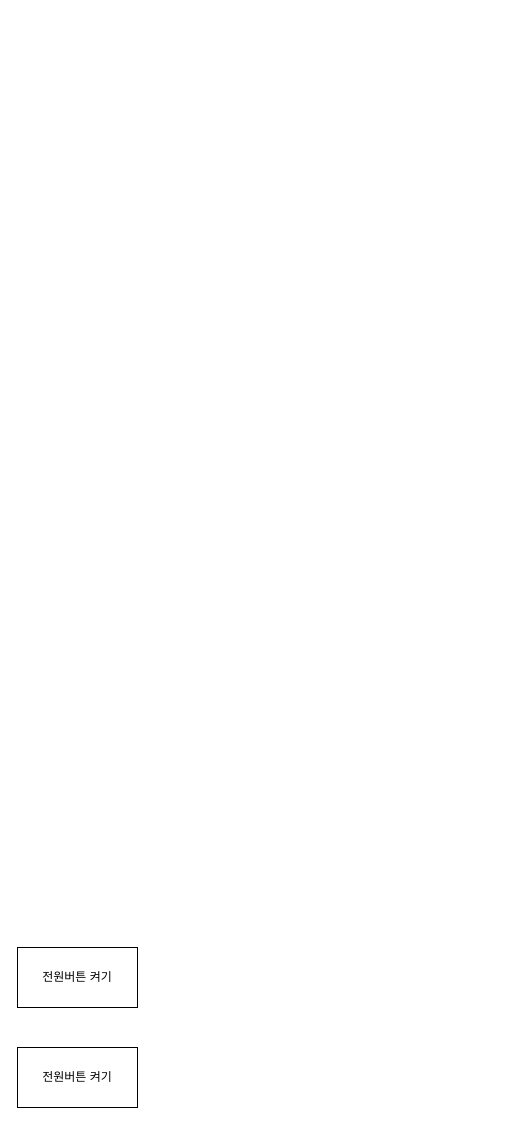
Earlier version of the draw.io diagram 0919/가위바위보플로우차트.drawio (hhoonjjang/Blockchain). Source tidied: cells renumbered, new cells numbered last; positions are measured from the earlier drawing's top-left corner, leaving out a move shared by most shapes. Both pictures are drawn from the tidied source at 100%, with x=0, y=0 at pixel (17, 947).
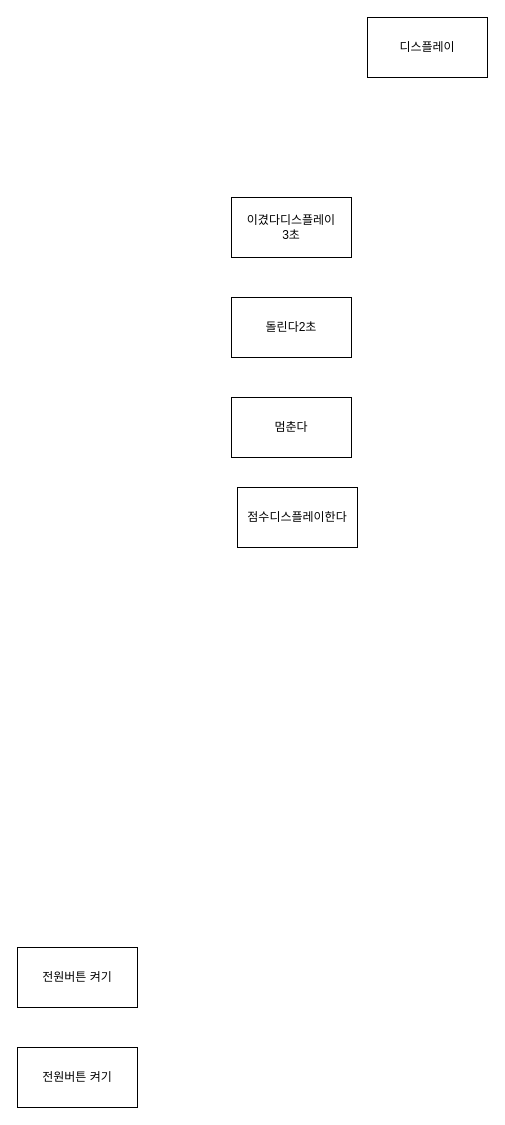
The same diagram, later.

Diff of the diagram source:
```diff
@@
 <mxGraphModel>
   <root>
     <mxCell id="0" />
     <mxCell id="1" parent="0" />
     <mxCell id="2" value="전원버튼 켜기" style="rounded=0;whiteSpace=wrap;html=1;" parent="1" vertex="1">
       <mxGeometry width="120" height="60" as="geometry" />
     </mxCell>
     <mxCell id="3" value="전원버튼 켜기" style="rounded=0;whiteSpace=wrap;html=1;" parent="1" vertex="1">
       <mxGeometry y="100" width="120" height="60" as="geometry" />
     </mxCell>
+    <mxCell id="4" value="이겼다디스플레이&lt;br&gt;3초" style="rounded=0;whiteSpace=wrap;html=1;" parent="1" vertex="1">
+      <mxGeometry x="214" y="-750" width="120" height="60" as="geometry" />
+    </mxCell>
+    <mxCell id="5" value="돌린다2초" style="rounded=0;whiteSpace=wrap;html=1;" parent="1" vertex="1">
+      <mxGeometry x="214" y="-650" width="120" height="60" as="geometry" />
+    </mxCell>
+    <mxCell id="6" value="멈춘다" style="rounded=0;whiteSpace=wrap;html=1;" parent="1" vertex="1">
+      <mxGeometry x="214" y="-550" width="120" height="60" as="geometry" />
+    </mxCell>
+    <mxCell id="7" value="점수디스플레이한다" style="rounded=0;whiteSpace=wrap;html=1;" parent="1" vertex="1">
+      <mxGeometry x="220" y="-460" width="120" height="60" as="geometry" />
+    </mxCell>
+    <mxCell id="8" value="디스플레이" style="rounded=0;whiteSpace=wrap;html=1;" parent="1" vertex="1">
+      <mxGeometry x="350" y="-930" width="120" height="60" as="geometry" />
+    </mxCell>
   </root>
 </mxGraphModel>
```
